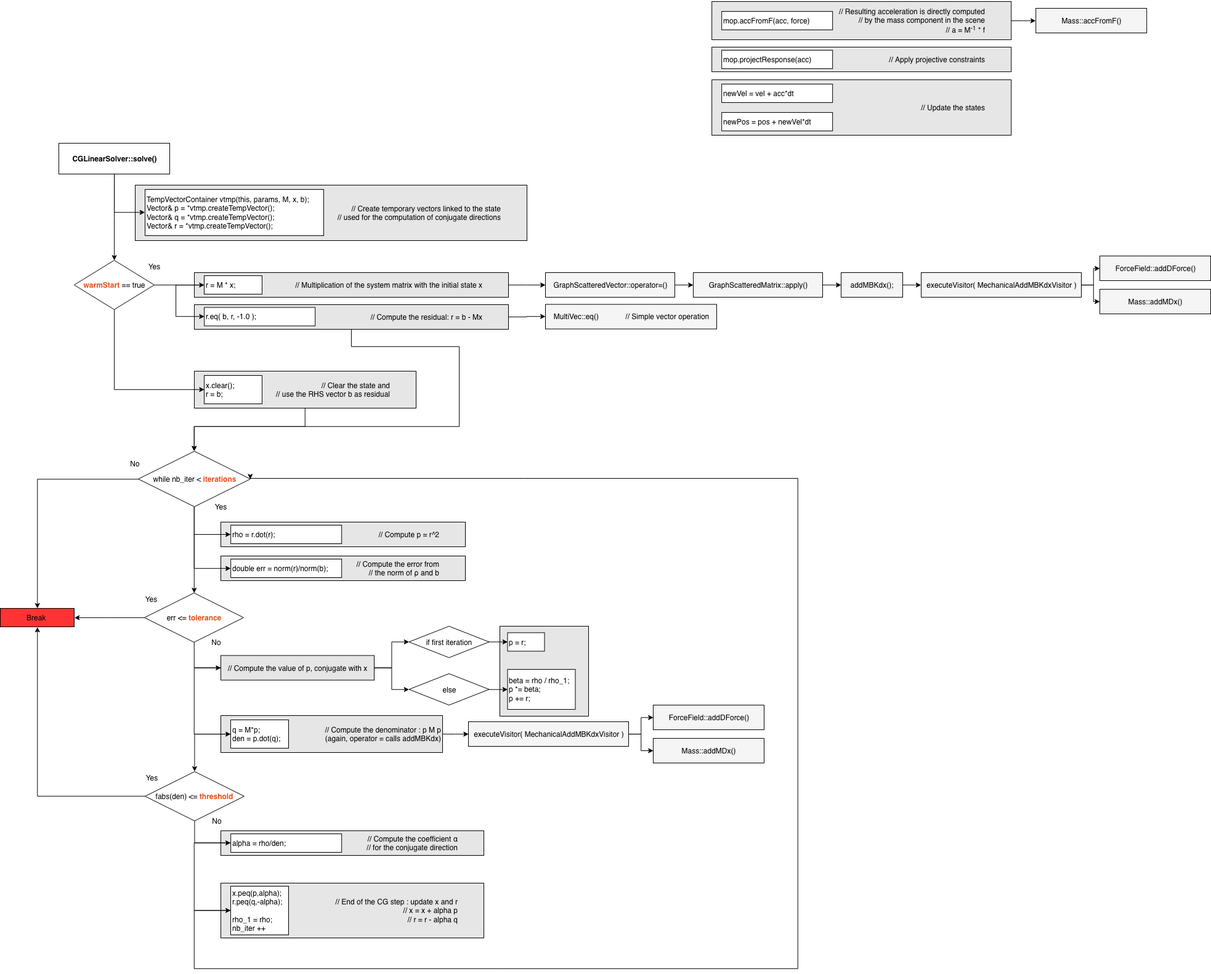
Above: Images/linearsolver/CGLinearSolver.png in sofa-framework/doc (draw.io), before the change. Source tidied: cells renumbered, new cells last; positions are measured from the earlier drawing's top-left corner, leaving out a move shared by most shapes.
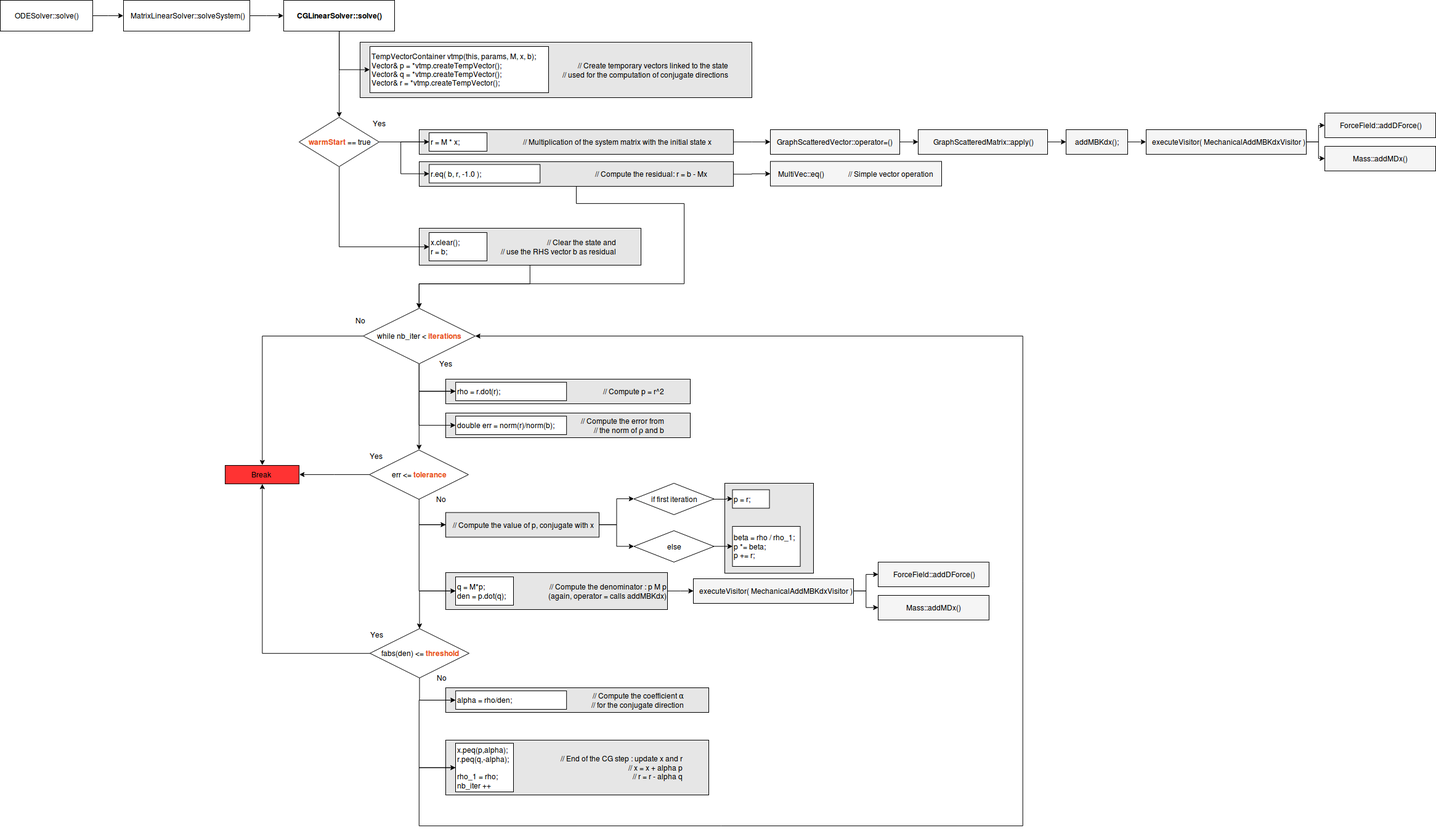
The same file after the commit.

Change to the diagram source:
```diff
@@ -56,21 +56,9 @@
     <mxCell id="15" value="&lt;blockquote&gt;&lt;div align=&quot;right&quot;&gt;// Compute the residual: r = b - Mx&lt;br&gt;&lt;/div&gt;&lt;/blockquote&gt;" style="rounded=0;whiteSpace=wrap;html=1;fillColor=#E6E6E6;align=right;" parent="1" vertex="1">
       <mxGeometry x="315" y="492" width="510" height="40" as="geometry" />
     </mxCell>
-    <mxCell id="16" style="edgeStyle=orthogonalEdgeStyle;rounded=0;jettySize=auto;html=1;entryX=0;entryY=0.5;entryDx=0;entryDy=0;" parent="1" edge="1" source="17" target="29">
-      <mxGeometry relative="1" as="geometry" />
-    </mxCell>
-    <mxCell id="17" value="&lt;blockquote&gt;&lt;div align=&quot;right&quot;&gt;// Resulting acceleration is directly computed&lt;br&gt;&lt;/div&gt;&lt;div align=&quot;right&quot;&gt;// by the mass component in the scene&lt;br&gt;&lt;/div&gt;&lt;div align=&quot;right&quot;&gt;// a = M&lt;sup&gt;-1&lt;/sup&gt; * f&lt;/div&gt;&lt;/blockquote&gt;" style="rounded=0;whiteSpace=wrap;html=1;fillColor=#E6E6E6;align=right;" parent="1" vertex="1">
-      <mxGeometry x="1155.2" width="486" height="62" as="geometry" />
-    </mxCell>
     <mxCell id="18" value="&lt;blockquote&gt;// Create temporary vectors linked to the state&lt;br&gt;// used for the computation of conjugate directions&lt;br&gt;&lt;/blockquote&gt;" style="rounded=0;whiteSpace=wrap;html=1;fillColor=#E6E6E6;align=right;" parent="1" vertex="1">
       <mxGeometry x="219" y="298" width="636" height="90" as="geometry" />
     </mxCell>
-    <mxCell id="19" value="&lt;blockquote&gt;&lt;div align=&quot;right&quot;&gt;// Apply projective constraints&lt;br&gt;&lt;/div&gt;&lt;/blockquote&gt;" style="rounded=0;whiteSpace=wrap;html=1;fillColor=#E6E6E6;align=right;" parent="1" vertex="1">
-      <mxGeometry x="1155.2" y="74" width="486" height="40" as="geometry" />
-    </mxCell>
-    <mxCell id="20" value="&lt;blockquote&gt;&lt;div align=&quot;right&quot;&gt;// Update the states&lt;/div&gt;&lt;/blockquote&gt;" style="rounded=0;whiteSpace=wrap;html=1;fillColor=#E6E6E6;align=right;" parent="1" vertex="1">
-      <mxGeometry x="1155.2" y="127" width="486" height="90" as="geometry" />
-    </mxCell>
     <mxCell id="21" style="edgeStyle=orthogonalEdgeStyle;rounded=0;jettySize=auto;html=1;exitX=0.5;exitY=1;exitDx=0;exitDy=0;entryX=0;entryY=0.5;entryDx=0;entryDy=0;" parent="1" edge="1" source="23" target="24">
       <mxGeometry relative="1" as="geometry" />
     </mxCell>
@@ -83,21 +71,6 @@
     <mxCell id="24" value="&lt;div&gt;TempVectorContainer vtmp(this, params, M, x, b);&lt;br&gt;Vector&amp;amp; p = *vtmp.createTempVector();&lt;br&gt;Vector&amp;amp; q = *vtmp.createTempVector();&lt;br&gt;Vector&amp;amp; r = *vtmp.createTempVector();&lt;/div&gt;" style="rounded=0;whiteSpace=wrap;html=1;align=left;" parent="1" vertex="1">
       <mxGeometry x="235" y="305" width="290" height="75" as="geometry" />
     </mxCell>
-    <mxCell id="25" value="&lt;div&gt;mop.accFromF(acc, force)&lt;/div&gt;" style="rounded=0;whiteSpace=wrap;html=1;align=left;" parent="1" vertex="1">
-      <mxGeometry x="1171.2" y="16" width="180" height="30" as="geometry" />
-    </mxCell>
-    <mxCell id="26" value="&lt;div&gt;&lt;div&gt;mop.&lt;span&gt;projectResponse&lt;/span&gt;(acc)&lt;/div&gt;&lt;/div&gt;" style="rounded=0;whiteSpace=wrap;html=1;align=left;" parent="1" vertex="1">
-      <mxGeometry x="1171.2" y="79" width="180" height="30" as="geometry" />
-    </mxCell>
-    <mxCell id="27" value="newVel = vel + acc*dt" style="rounded=0;whiteSpace=wrap;html=1;align=left;" parent="1" vertex="1">
-      <mxGeometry x="1171.2" y="134" width="180" height="30" as="geometry" />
-    </mxCell>
-    <mxCell id="28" value="&lt;div&gt;&lt;div&gt;newPos = pos + newVel*dt&lt;/div&gt;&lt;/div&gt;" style="rounded=0;whiteSpace=wrap;html=1;align=left;" parent="1" vertex="1">
-      <mxGeometry x="1171.2" y="180" width="180" height="30" as="geometry" />
-    </mxCell>
-    <mxCell id="29" value="&lt;div align=&quot;center&quot;&gt;Mass::accFromF()&lt;/div&gt;" style="rounded=0;whiteSpace=wrap;html=1;fillColor=#F5F5F5;align=center;" parent="1" vertex="1">
-      <mxGeometry x="1681.2" y="11" width="180" height="40" as="geometry" />
-    </mxCell>
     <mxCell id="30" style="edgeStyle=orthogonalEdgeStyle;rounded=0;jettySize=auto;html=1;entryX=0;entryY=0.5;entryDx=0;entryDy=0;" parent="1" edge="1" source="32" target="36">
       <mxGeometry relative="1" as="geometry" />
     </mxCell>
@@ -316,5 +289,17 @@
     <mxCell id="90" value="&lt;div align=&quot;center&quot;&gt;Mass::addMDx()&lt;/div&gt;" style="rounded=0;whiteSpace=wrap;html=1;fillColor=#F5F5F5;align=center;" parent="1" vertex="1">
       <mxGeometry x="1060" y="1196" width="180" height="40" as="geometry" />
     </mxCell>
+    <mxCell id="91" style="edgeStyle=orthogonalEdgeStyle;rounded=0;jettySize=auto;html=1;entryX=0;entryY=0.5;entryDx=0;entryDy=0;" parent="1" edge="1" source="92" target="94">
+      <mxGeometry relative="1" as="geometry" />
+    </mxCell>
+    <mxCell id="92" value="&lt;div&gt;ODESolver::solve()&lt;/div&gt;" style="rounded=0;whiteSpace=wrap;html=1;" parent="1" vertex="1">
+      <mxGeometry x="-365" y="230" width="150" height="50" as="geometry" />
+    </mxCell>
+    <mxCell id="93" style="edgeStyle=orthogonalEdgeStyle;rounded=0;jettySize=auto;html=1;entryX=0;entryY=0.5;entryDx=0;entryDy=0;" parent="1" edge="1" source="94" target="23">
+      <mxGeometry relative="1" as="geometry" />
+    </mxCell>
+    <mxCell id="94" value="&lt;div&gt;MatrixLinearSolver::solveSystem()&lt;/div&gt;" style="rounded=0;whiteSpace=wrap;html=1;" parent="1" vertex="1">
+      <mxGeometry x="-165" y="230" width="205" height="50" as="geometry" />
+    </mxCell>
   </root>
 </mxGraphModel>
```
